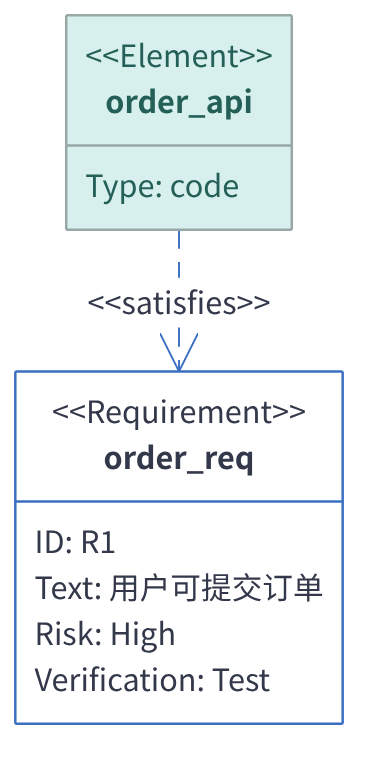
Before: docs/assets/requirement.png, a diagram exported from Mermaid (huang-hee/diagram-kit). Its source is kept beside it as docs/assets/requirement.mmd.
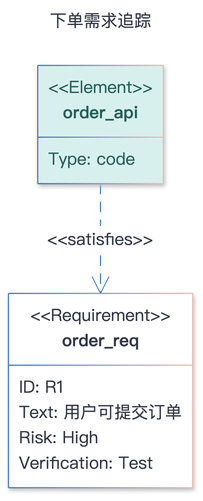
The same file after the commit.

Change to the diagram source:
```diff
@@ -1,7 +1,14 @@
 ---
+title: "下单需求追踪"
 config:
   theme: base
   fontFamily: "PingFang SC, Microsoft YaHei, Noto Sans CJK SC, Source Han Sans SC, sans-serif"
+  flowchart:
+    curve: "step"
+    nodeSpacing: 50
+    rankSpacing: 60
+    padding: 12
+    wrappingWidth: 300
   themeVariables:
     background: "#FFFFFF"
     primaryColor: "#FFFFFF"
```
